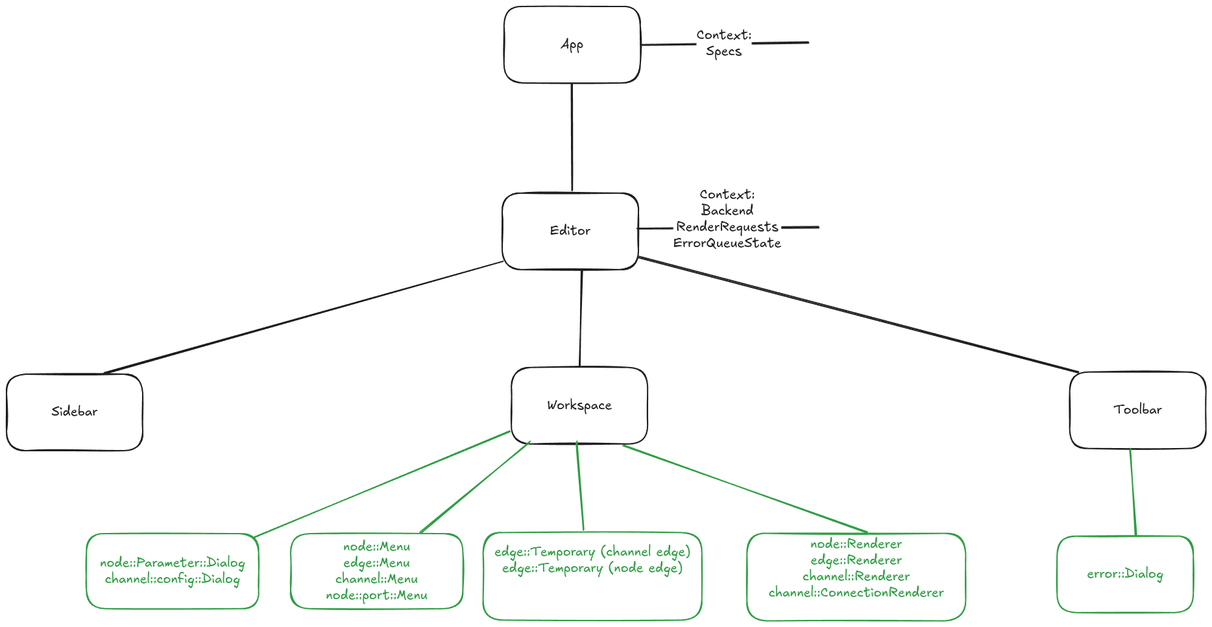
Above: beetry-editor-frontend/docs/component_tree.excalidraw.png in skullim/beetry (Excalidraw), before the change. Source tidied: one line per element, renumbered; positions are measured from the earlier drawing's top-left corner, leaving out a move shared by most shapes.
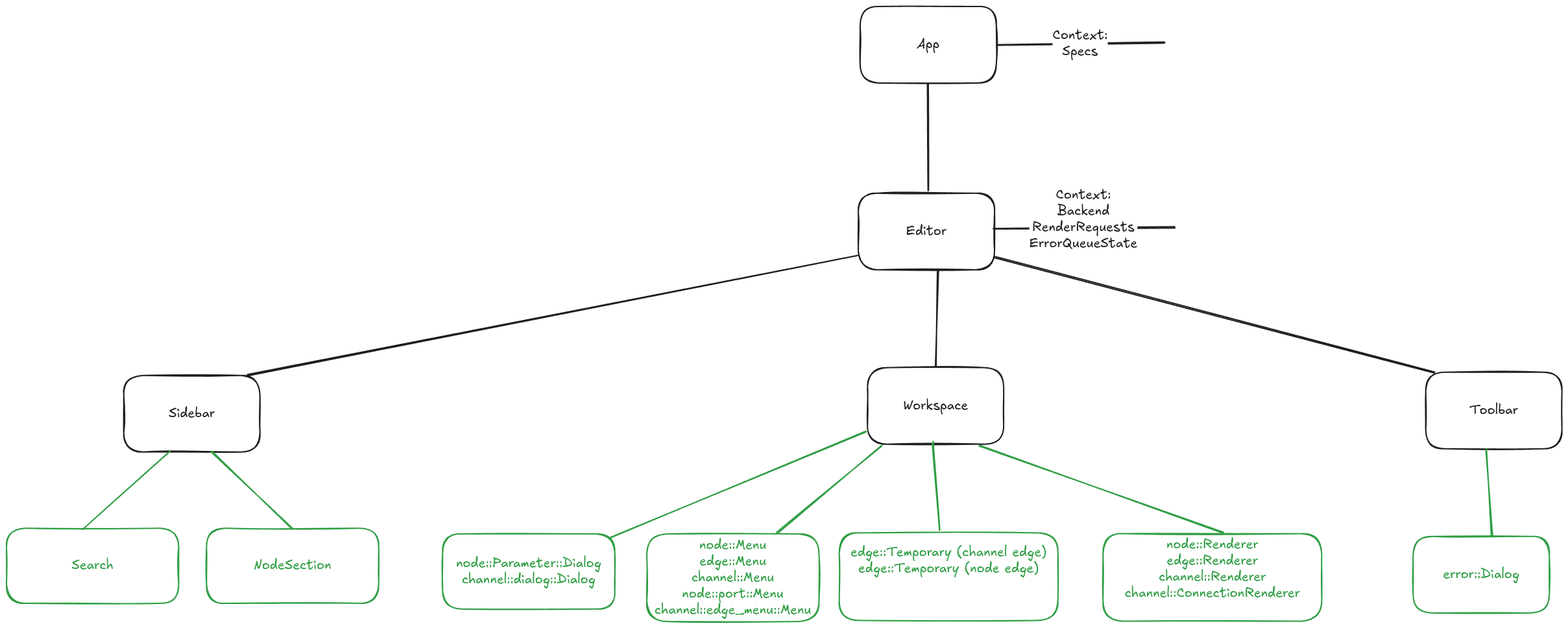
The same file after the commit.

Commit message:
docs: Update component diagram

The edit, as a diff of the source:
```diff
@@ -2,16 +2,16 @@
 {"id": 1, "type": "text", "text": "Editor", "strokeColor": "#1e1e1e", "strokeWidth": 2, "roughness": 1, "fontSize": 20, "fontFamily": 5, "textAlign": "center", "verticalAlign": "middle", "inside": 0, "x": 838, "y": 334, "width": 62, "height": 25}
 {"id": 2, "type": "rectangle", "strokeColor": "#1e1e1e", "strokeWidth": 2, "roughness": 1, "round": true, "x": 778, "y": 557, "width": 210, "height": 118}
 {"id": 3, "type": "text", "text": "Workspace", "strokeColor": "#1e1e1e", "strokeWidth": 2, "roughness": 1, "fontSize": 20, "fontFamily": 5, "textAlign": "center", "verticalAlign": "middle", "inside": 2, "x": 833, "y": 603, "width": 100, "height": 25}
-{"id": 4, "type": "rectangle", "strokeColor": "#1e1e1e", "strokeWidth": 2, "roughness": 1, "round": true, "x": 0, "y": 567, "width": 210, "height": 118}
+{"id": 4, "type": "rectangle", "strokeColor": "#1e1e1e", "strokeWidth": 2, "roughness": 1, "round": true, "x": -368, "y": 569, "width": 210, "height": 118}
-{"id": 5, "type": "text", "text": "Sidebar", "strokeColor": "#1e1e1e", "strokeWidth": 2, "roughness": 1, "fontSize": 20, "fontFamily": 5, "textAlign": "center", "verticalAlign": "middle", "inside": 4, "x": 69, "y": 614, "width": 71, "height": 25}
+{"id": 5, "type": "text", "text": "Sidebar", "strokeColor": "#1e1e1e", "strokeWidth": 2, "roughness": 1, "fontSize": 20, "fontFamily": 5, "textAlign": "center", "verticalAlign": "middle", "inside": 4, "x": -299, "y": 615, "width": 71, "height": 25}
 {"id": 6, "type": "rectangle", "strokeColor": "#2f9e44", "strokeWidth": 2, "roughness": 1, "round": true, "x": 1619, "y": 817, "width": 210, "height": 118}
 {"id": 7, "type": "text", "text": "error::Dialog", "strokeColor": "#2f9e44", "strokeWidth": 2, "roughness": 1, "fontSize": 20, "fontFamily": 5, "textAlign": "center", "verticalAlign": "middle", "inside": 6, "x": 1665, "y": 863, "width": 118, "height": 25}
 {"id": 8, "type": "rectangle", "strokeColor": "#1e1e1e", "strokeWidth": 2, "roughness": 1, "round": true, "x": 1639, "y": 564, "width": 210, "height": 118}
 {"id": 9, "type": "text", "text": "Toolbar", "strokeColor": "#1e1e1e", "strokeWidth": 2, "roughness": 1, "fontSize": 20, "fontFamily": 5, "textAlign": "center", "verticalAlign": "middle", "inside": 8, "x": 1706, "y": 610, "width": 75, "height": 25}
 {"id": 10, "type": "rectangle", "strokeColor": "#2f9e44", "strokeWidth": 2, "roughness": 1, "round": true, "x": 123, "y": 813, "width": 265, "height": 116}
-{"id": 11, "type": "text", "text": "node::Parameter::Dialog\nchannel::config::Dialog", "strokeColor": "#2f9e44", "strokeWidth": 2, "roughness": 1, "fontSize": 20, "fontFamily": 5, "textAlign": "center", "verticalAlign": "middle", "inside": 10, "x": 144, "y": 846, "width": 224, "height": 50}
+{"id": 11, "type": "text", "text": "node::Parameter::Dialog\nchannel::dialog::Dialog", "strokeColor": "#2f9e44", "strokeWidth": 2, "roughness": 1, "fontSize": 20, "fontFamily": 5, "textAlign": "center", "verticalAlign": "middle", "inside": 10, "x": 144, "y": 846, "width": 224, "height": 50}
 {"id": 12, "type": "arrow", "strokeColor": "#1e1e1e", "strokeWidth": 2, "roughness": 1, "round": true, "from": 0, "to": 2, "x": 887, "y": 406, "width": 3, "height": 148, "points": [[0, 0], [-3, 148]]}
-{"id": 13, "type": "arrow", "strokeColor": "#1e1e1e", "strokeWidth": 2, "roughness": 1, "round": true, "from": 0, "to": 4, "x": 764, "y": 392, "width": 615, "height": 174, "points": [[0, 0], [-615, 174]]}
+{"id": 13, "type": "arrow", "strokeColor": "#1e1e1e", "strokeWidth": 2, "roughness": 1, "round": true, "from": 0, "to": 4, "x": 762, "y": 383, "width": 940, "height": 186, "points": [[0, 0], [-940, 186]]}
 {"id": 14, "type": "arrow", "strokeColor": "#1e1e1e", "strokeWidth": 2, "roughness": 1, "round": true, "from": 0, "to": 8, "x": 974, "y": 387, "width": 678, "height": 177, "points": [[0, 0], [678, 177]]}
 {"id": 15, "type": "rectangle", "strokeColor": "#1e1e1e", "strokeWidth": 2, "roughness": 1, "round": true, "x": 767, "y": 0, "width": 210, "height": 118}
 {"id": 16, "type": "text", "text": "App", "strokeColor": "#1e1e1e", "strokeWidth": 2, "roughness": 1, "fontSize": 20, "fontFamily": 5, "textAlign": "center", "verticalAlign": "middle", "inside": 15, "x": 854, "y": 46, "width": 35, "height": 25}
@@ -22,12 +22,18 @@
 {"id": 21, "type": "text", "text": "Context:\nBackend\nRenderRequests\nErrorQueueState\n", "strokeColor": "#1e1e1e", "strokeWidth": 2, "roughness": 1, "fontSize": 20, "fontFamily": 5, "textAlign": "center", "verticalAlign": "middle", "inside": 20, "x": 1028, "y": 278, "width": 166, "height": 125}
 {"id": 22, "type": "arrow", "strokeColor": "#2f9e44", "strokeWidth": 2, "roughness": 1, "round": true, "from": 2, "to": 10, "x": 776, "y": 655, "width": 394, "height": 164, "points": [[0, 0], [-394, 164]]}
 {"id": 23, "type": "arrow", "strokeColor": "#2f9e44", "strokeWidth": 2, "roughness": 1, "round": true, "from": 8, "to": 6, "x": 1731, "y": 682, "width": 10, "height": 134, "points": [[0, 0], [10, 134]]}
-{"id": 24, "type": "arrow", "strokeColor": "#2f9e44", "strokeWidth": 2, "roughness": 1, "round": true, "from": 2, "to": 25, "x": 807, "y": 671, "width": 168, "height": 142, "points": [[0, 0], [-168, 142]]}
+{"id": 24, "type": "arrow", "strokeColor": "#2f9e44", "strokeWidth": 2, "roughness": 1, "round": true, "from": 2, "to": 25, "x": 800, "y": 676, "width": 161, "height": 136, "points": [[0, 0], [-161, 136]]}
-{"id": 25, "type": "rectangle", "strokeColor": "#2f9e44", "strokeWidth": 2, "roughness": 1, "round": true, "x": 438, "y": 813, "width": 265, "height": 116}
+{"id": 25, "type": "rectangle", "strokeColor": "#2f9e44", "strokeWidth": 2, "roughness": 1, "round": true, "x": 438, "y": 813, "width": 265, "height": 135}
-{"id": 26, "type": "text", "text": "node::Menu\nedge::Menu\nchannel::Menu\nnode::port::Menu", "strokeColor": "#2f9e44", "strokeWidth": 2, "roughness": 1, "fontSize": 20, "fontFamily": 5, "textAlign": "center", "verticalAlign": "middle", "inside": 25, "x": 492, "y": 821, "width": 157, "height": 100}
+{"id": 26, "type": "text", "text": "node::Menu\nedge::Menu\nchannel::Menu\nnode::port::Menu\nchannel::edge_menu::Menu", "strokeColor": "#2f9e44", "strokeWidth": 2, "roughness": 1, "fontSize": 20, "fontFamily": 5, "textAlign": "center", "verticalAlign": "middle", "inside": 25, "x": 450, "y": 818, "width": 241, "height": 125}
 {"id": 27, "type": "rectangle", "strokeColor": "#2f9e44", "strokeWidth": 2, "roughness": 1, "round": true, "x": 735, "y": 811, "width": 337, "height": 135}
 {"id": 28, "type": "text", "text": "edge::Temporary (channel edge)\nedge::Temporary (node edge)\n\n", "strokeColor": "#2f9e44", "strokeWidth": 2, "roughness": 1, "fontSize": 20, "fontFamily": 5, "textAlign": "center", "verticalAlign": "middle", "inside": 27, "x": 752, "y": 829, "width": 302, "height": 100}
 {"id": 29, "type": "arrow", "strokeColor": "#2f9e44", "strokeWidth": 2, "roughness": 1, "round": true, "from": 2, "to": 27, "x": 879, "y": 671, "width": 10, "height": 137, "points": [[0, 0], [10, 137]]}
 {"id": 30, "type": "rectangle", "strokeColor": "#2f9e44", "strokeWidth": 2, "roughness": 1, "round": true, "x": 1141, "y": 813, "width": 337, "height": 135}
 {"id": 31, "type": "text", "text": "node::Renderer\nedge::Renderer\nchannel::Renderer\nchannel::ConnectionRenderer\n", "strokeColor": "#2f9e44", "strokeWidth": 2, "roughness": 1, "fontSize": 20, "fontFamily": 5, "textAlign": "center", "verticalAlign": "middle", "inside": 30, "x": 1175, "y": 818, "width": 270, "height": 125}
 {"id": 32, "type": "arrow", "strokeColor": "#2f9e44", "strokeWidth": 2, "roughness": 1, "round": true, "from": 2, "to": 30, "x": 951, "y": 677, "width": 375, "height": 134, "points": [[0, 0], [375, 134]]}
+{"id": 33, "type": "rectangle", "strokeColor": "#2f9e44", "strokeWidth": 2, "roughness": 1, "round": true, "x": -549, "y": 804, "width": 265, "height": 116}
+{"id": 34, "type": "text", "text": "Search", "strokeColor": "#2f9e44", "strokeWidth": 2, "roughness": 1, "fontSize": 20, "fontFamily": 5, "textAlign": "center", "verticalAlign": "middle", "inside": 33, "x": -448, "y": 850, "width": 64, "height": 25}
+{"id": 35, "type": "rectangle", "strokeColor": "#2f9e44", "strokeWidth": 2, "roughness": 1, "round": true, "x": -241, "y": 804, "width": 265, "height": 116}
+{"id": 36, "type": "text", "text": "NodeSection", "strokeColor": "#2f9e44", "strokeWidth": 2, "roughness": 1, "fontSize": 20, "fontFamily": 5, "textAlign": "center", "verticalAlign": "middle", "inside": 35, "x": -168, "y": 850, "width": 119, "height": 25}
+{"id": 37, "type": "arrow", "strokeColor": "#2f9e44", "strokeWidth": 2, "roughness": 1, "round": true, "from": 4, "to": 33, "x": -298, "y": 687, "width": 132, "height": 119, "points": [[0, 0], [-132, 119]]}
+{"id": 38, "type": "arrow", "strokeColor": "#2f9e44", "strokeWidth": 2, "roughness": 1, "round": true, "from": 4, "to": 35, "x": -233, "y": 686, "width": 124, "height": 119, "points": [[0, 0], [124, 119]]}
```
